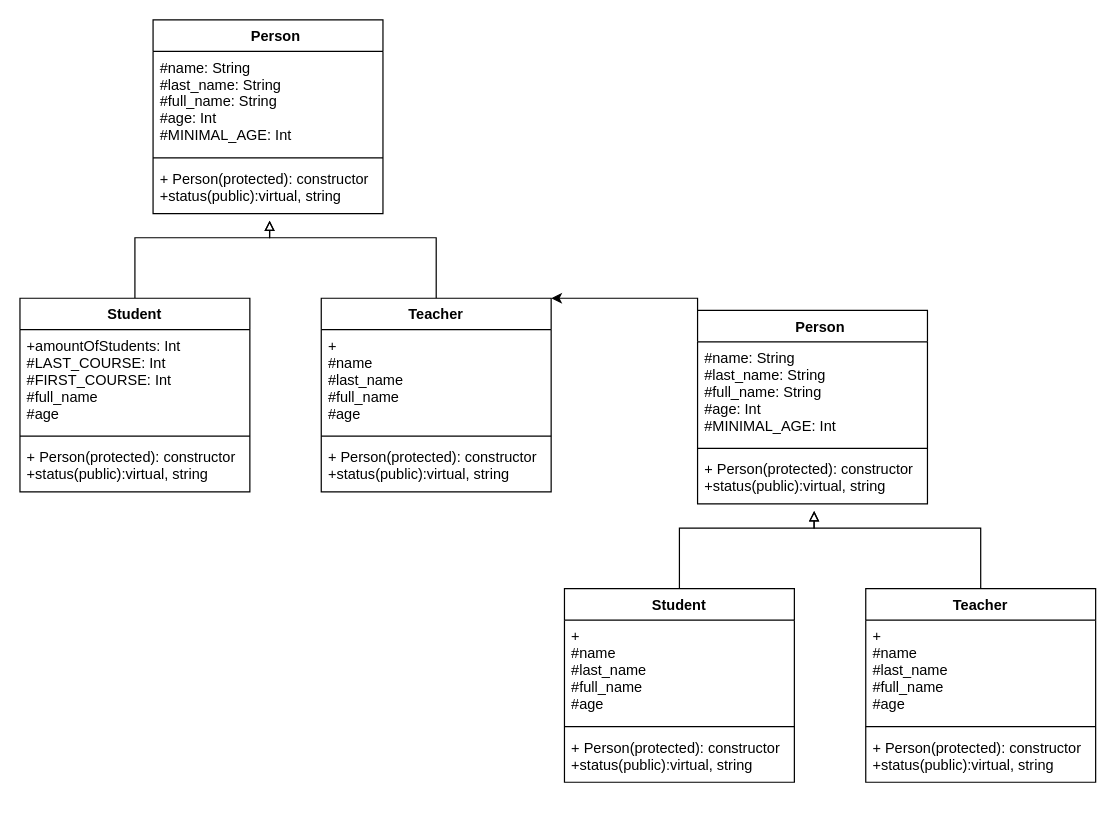
Earlier version of the draw.io diagram OOP_LABA1.drawio (IKatiaI/ads-nahorna-kp13). Source tidied: cells renumbered, new cells numbered last; positions are measured from the earlier drawing's top-left corner, leaving out a move shared by most shapes. Both pictures are drawn from the tidied source at 121%, with x=0, y=0 at pixel (19, 19).
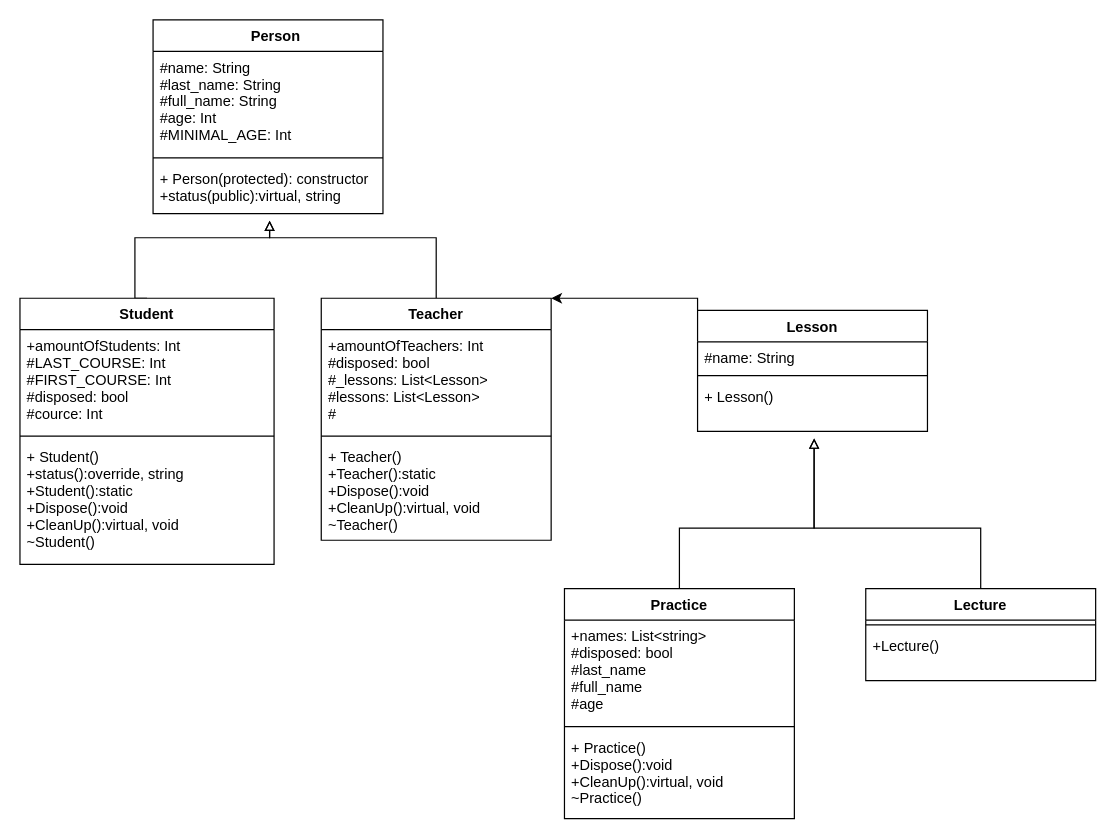
The same diagram, later.

Change to the diagram source:
```diff
@@
     <mxCell id="7" value="Student" style="swimlane;fontStyle=1;align=center;verticalAlign=top;horizontal=1;startSize=26;" parent="1" vertex="1">
-      <mxGeometry y="230" width="190" height="160" as="geometry" />
+      <mxGeometry y="230" width="210" height="220" as="geometry" />
     </mxCell>
-    <mxCell id="8" value="+amountOfStudents: Int&#10;#LAST_COURSE: Int&#10;#FIRST_COURSE: Int&#10;#full_name&#10;#age&#10;" style="text;strokeColor=none;fillColor=none;align=left;verticalAlign=top;spacingLeft=4;spacingRight=4;overflow=hidden;" parent="7" vertex="1">
-      <mxGeometry y="26" width="190" height="84" as="geometry" />
+    <mxCell id="8" value="+amountOfStudents: Int&#10;#LAST_COURSE: Int&#10;#FIRST_COURSE: Int&#10;#disposed: bool&#10;#cource: Int&#10;" style="text;strokeColor=none;fillColor=none;align=left;verticalAlign=top;spacingLeft=4;spacingRight=4;overflow=hidden;" parent="7" vertex="1">
+      <mxGeometry y="26" width="210" height="84" as="geometry" />
     </mxCell>
     <mxCell id="9" style="line;strokeWidth=1;fillColor=none;align=left;verticalAlign=middle;spacingTop=-1;spacingLeft=3;spacingRight=3;labelPosition=right;strokeColor=inherit;" parent="7" vertex="1">
-      <mxGeometry y="110" width="190" height="8" as="geometry" />
+      <mxGeometry y="110" width="210" height="8" as="geometry" />
     </mxCell>
-    <mxCell id="10" value="+ Person(protected): constructor&#10;+status(public):virtual, string" style="text;strokeColor=none;fillColor=none;align=left;verticalAlign=top;spacingLeft=4;spacingRight=4;overflow=hidden;" parent="7" vertex="1">
-      <mxGeometry y="118" width="190" height="42" as="geometry" />
+    <mxCell id="10" value="+ Student()&#10;+status():override, string&#10;+Student():static&#10;+Dispose():void&#10;+CleanUp():virtual, void&#10;~Student()" style="text;strokeColor=none;fillColor=none;align=left;verticalAlign=top;spacingLeft=4;spacingRight=4;overflow=hidden;" parent="7" vertex="1">
+      <mxGeometry y="118" width="210" height="102" as="geometry" />
     </mxCell>
@@
     <mxCell id="12" value="Teacher" style="swimlane;fontStyle=1;align=center;verticalAlign=top;horizontal=1;startSize=26;" parent="1" vertex="1">
-      <mxGeometry x="249" y="230" width="190" height="160" as="geometry" />
+      <mxGeometry x="249" y="230" width="190" height="200" as="geometry" />
     </mxCell>
-    <mxCell id="13" value="+&#10;#name&#10;#last_name&#10;#full_name&#10;#age&#10;" style="text;strokeColor=none;fillColor=none;align=left;verticalAlign=top;spacingLeft=4;spacingRight=4;overflow=hidden;" parent="12" vertex="1">
+    <mxCell id="13" value="+amountOfTeachers: Int&#10;#disposed: bool&#10;#_lessons: List&lt;Lesson&gt;&#10;#lessons: List&lt;Lesson&gt;&#10;#&#10;" style="text;strokeColor=none;fillColor=none;align=left;verticalAlign=top;spacingLeft=4;spacingRight=4;overflow=hidden;" parent="12" vertex="1">
       <mxGeometry y="26" width="190" height="84" as="geometry" />
     </mxCell>
@@
-    <mxCell id="15" value="+ Person(protected): constructor&#10;+status(public):virtual, string" style="text;strokeColor=none;fillColor=none;align=left;verticalAlign=top;spacingLeft=4;spacingRight=4;overflow=hidden;" parent="12" vertex="1">
-      <mxGeometry y="118" width="190" height="42" as="geometry" />
+    <mxCell id="15" value="+ Teacher()&#10;+Teacher():static&#10;+Dispose():void&#10;+CleanUp():virtual, void&#10;~Teacher()" style="text;strokeColor=none;fillColor=none;align=left;verticalAlign=top;spacingLeft=4;spacingRight=4;overflow=hidden;" parent="12" vertex="1">
+      <mxGeometry y="118" width="190" height="82" as="geometry" />
     </mxCell>
@@
-    <mxCell id="17" value="    Person" style="swimlane;fontStyle=1;align=center;verticalAlign=top;horizontal=1;startSize=26;" parent="1" vertex="1">
-      <mxGeometry x="560" y="240" width="190" height="160" as="geometry" />
+    <mxCell id="17" value="Lesson" style="swimlane;fontStyle=1;align=center;verticalAlign=top;horizontal=1;startSize=26;" parent="1" vertex="1">
+      <mxGeometry x="560" y="240" width="190" height="100" as="geometry" />
     </mxCell>
-    <mxCell id="18" value="#name: String&#10;#last_name: String&#10;#full_name: String&#10;#age: Int&#10;#MINIMAL_AGE: Int" style="text;strokeColor=none;fillColor=none;align=left;verticalAlign=top;spacingLeft=4;spacingRight=4;overflow=hidden;" parent="17" vertex="1">
-      <mxGeometry y="26" width="190" height="84" as="geometry" />
+    <mxCell id="18" value="#name: String&#10;" style="text;strokeColor=none;fillColor=none;align=left;verticalAlign=top;spacingLeft=4;spacingRight=4;overflow=hidden;" parent="17" vertex="1">
+      <mxGeometry y="26" width="190" height="24" as="geometry" />
     </mxCell>
     <mxCell id="19" style="line;strokeWidth=1;fillColor=none;align=left;verticalAlign=middle;spacingTop=-1;spacingLeft=3;spacingRight=3;labelPosition=right;strokeColor=inherit;" parent="17" vertex="1">
-      <mxGeometry y="110" width="190" height="8" as="geometry" />
+      <mxGeometry y="50" width="190" height="8" as="geometry" />
     </mxCell>
-    <mxCell id="20" value="+ Person(protected): constructor&#10;+status(public):virtual, string" style="text;strokeColor=none;fillColor=none;align=left;verticalAlign=top;spacingLeft=4;spacingRight=4;overflow=hidden;points=[[0,0.5],[1,0.5]];portConstraint=eastwest;" parent="17" vertex="1">
-      <mxGeometry y="118" width="190" height="42" as="geometry" />
+    <mxCell id="20" value="+ Lesson()" style="text;strokeColor=none;fillColor=none;align=left;verticalAlign=top;spacingLeft=4;spacingRight=4;overflow=hidden;points=[[0,0.5],[1,0.5]];portConstraint=eastwest;" parent="17" vertex="1">
+      <mxGeometry y="58" width="190" height="42" as="geometry" />
     </mxCell>
@@
-    <mxCell id="22" value="Student" style="swimlane;fontStyle=1;align=center;verticalAlign=top;horizontal=1;startSize=26;" parent="1" vertex="1">
-      <mxGeometry x="450" y="470" width="190" height="160" as="geometry" />
+    <mxCell id="22" value="Practice" style="swimlane;fontStyle=1;align=center;verticalAlign=top;horizontal=1;startSize=26;" parent="1" vertex="1">
+      <mxGeometry x="450" y="470" width="190" height="190" as="geometry" />
     </mxCell>
-    <mxCell id="23" value="+&#10;#name&#10;#last_name&#10;#full_name&#10;#age&#10;" style="text;strokeColor=none;fillColor=none;align=left;verticalAlign=top;spacingLeft=4;spacingRight=4;overflow=hidden;" parent="22" vertex="1">
+    <mxCell id="23" value="+names: List&lt;string&gt;&#10;#disposed: bool&#10;#last_name&#10;#full_name&#10;#age&#10;" style="text;strokeColor=none;fillColor=none;align=left;verticalAlign=top;spacingLeft=4;spacingRight=4;overflow=hidden;" parent="22" vertex="1">
       <mxGeometry y="26" width="190" height="84" as="geometry" />
     </mxCell>
@@
-    <mxCell id="25" value="+ Person(protected): constructor&#10;+status(public):virtual, string" style="text;strokeColor=none;fillColor=none;align=left;verticalAlign=top;spacingLeft=4;spacingRight=4;overflow=hidden;" parent="22" vertex="1">
-      <mxGeometry y="118" width="190" height="42" as="geometry" />
+    <mxCell id="25" value="+ Practice()&#10;+Dispose():void&#10;+CleanUp():virtual, void&#10;~Practice()" style="text;strokeColor=none;fillColor=none;align=left;verticalAlign=top;spacingLeft=4;spacingRight=4;overflow=hidden;" parent="22" vertex="1">
+      <mxGeometry y="118" width="190" height="72" as="geometry" />
     </mxCell>
@@
-    <mxCell id="27" value="Teacher" style="swimlane;fontStyle=1;align=center;verticalAlign=top;horizontal=1;startSize=26;" parent="1" vertex="1">
-      <mxGeometry x="699" y="470" width="190" height="160" as="geometry" />
+    <mxCell id="27" value="Lecture" style="swimlane;fontStyle=1;align=center;verticalAlign=top;horizontal=1;startSize=26;" parent="1" vertex="1">
+      <mxGeometry x="699" y="470" width="190" height="76" as="geometry" />
     </mxCell>
-    <mxCell id="28" value="+&#10;#name&#10;#last_name&#10;#full_name&#10;#age&#10;" style="text;strokeColor=none;fillColor=none;align=left;verticalAlign=top;spacingLeft=4;spacingRight=4;overflow=hidden;" parent="27" vertex="1">
-      <mxGeometry y="26" width="190" height="84" as="geometry" />
-    </mxCell>
     <mxCell id="29" style="line;strokeWidth=1;fillColor=none;align=left;verticalAlign=middle;spacingTop=-1;spacingLeft=3;spacingRight=3;labelPosition=right;strokeColor=inherit;" parent="27" vertex="1">
-      <mxGeometry y="110" width="190" height="8" as="geometry" />
+      <mxGeometry y="26" width="190" height="8" as="geometry" />
     </mxCell>
-    <mxCell id="30" value="+ Person(protected): constructor&#10;+status(public):virtual, string" style="text;strokeColor=none;fillColor=none;align=left;verticalAlign=top;spacingLeft=4;spacingRight=4;overflow=hidden;" parent="27" vertex="1">
-      <mxGeometry y="118" width="190" height="42" as="geometry" />
+    <mxCell id="30" value="+Lecture()" style="text;strokeColor=none;fillColor=none;align=left;verticalAlign=top;spacingLeft=4;spacingRight=4;overflow=hidden;" parent="27" vertex="1">
+      <mxGeometry y="34" width="190" height="42" as="geometry" />
     </mxCell>
```
